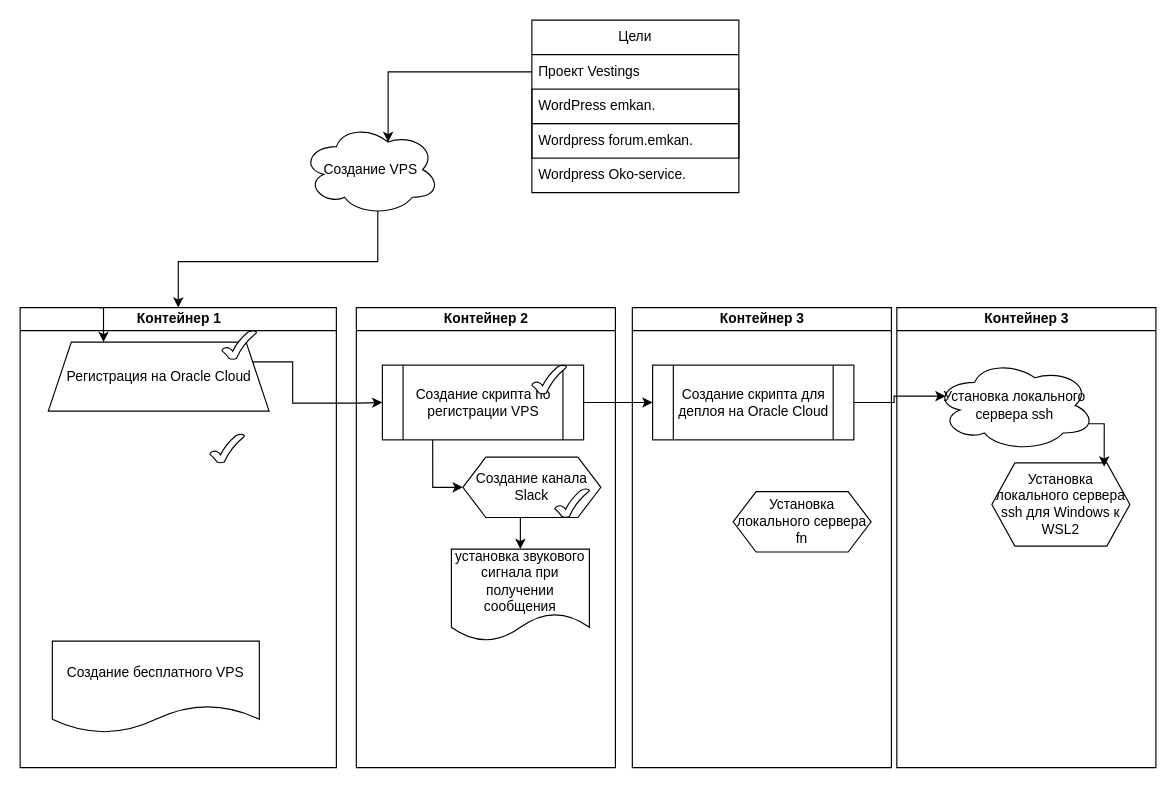
The draw.io diagram ЖИЦЗО_1.drawio in ElvenRivendil/Diagrams_blocks_algoritms, before the edit. Source tidied: cells renumbered, new cells numbered last; positions are measured from the earlier drawing's top-left corner, leaving out a move shared by most shapes. Both pictures are drawn from the tidied source at 115%, with x=0, y=0 at pixel (-53, 20).
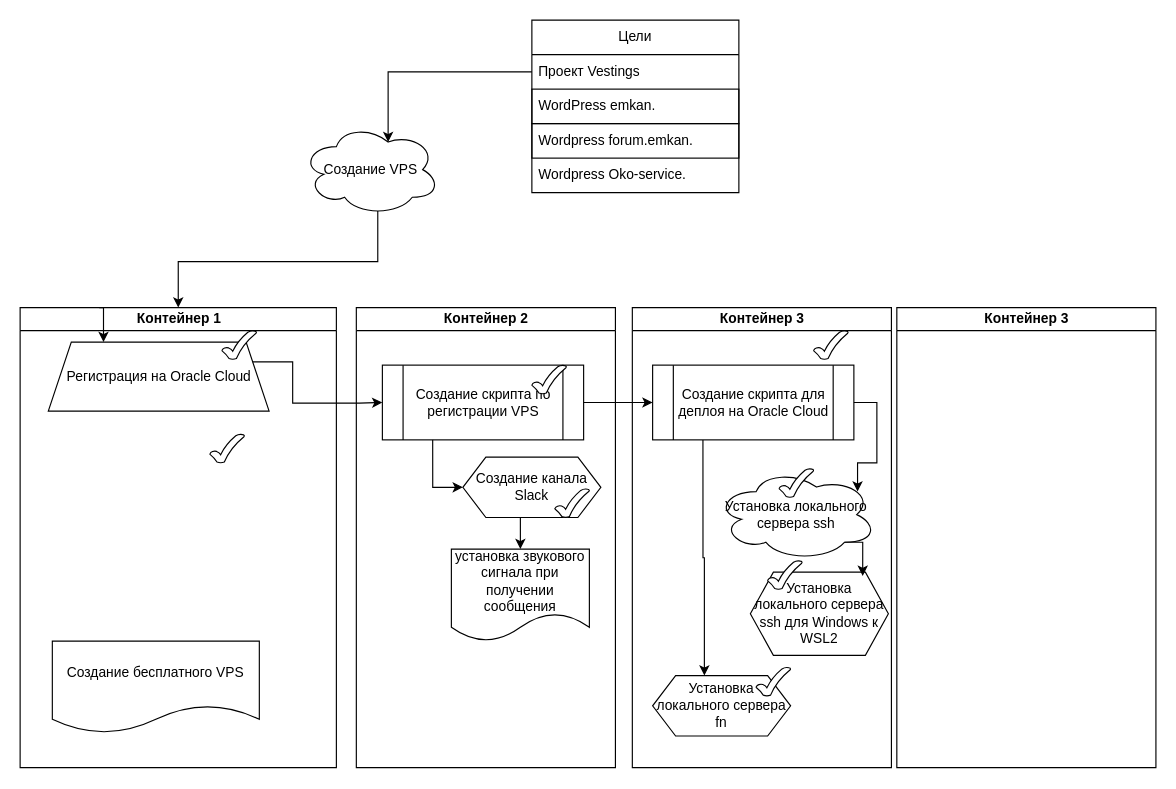
The same page after the edit.

The change refers to these unchanged cells:
```xml
<mxCell id="25" value="&lt;div&gt;Контейнер 3&lt;/div&gt;" style="swimlane;html=1;startSize=20;horizontal=0;rotation=90;" parent="1" vertex="1">
  <mxGeometry x="508" y="337.4" width="400" height="225.3" as="geometry" />
</mxCell>
<mxCell id="26" value="Создание скрипта для деплоя на Oracle Cloud" style="shape=process;whiteSpace=wrap;html=1;backgroundOutline=1;" parent="25" vertex="1">
  <mxGeometry x="105" y="-37.4" width="175" height="65" as="geometry" />
</mxCell>
```

Change to the diagram source:
```diff
@@
+    <mxCell id="34" style="edgeStyle=orthogonalEdgeStyle;rounded=0;jettySize=auto;html=1;exitX=0.25;exitY=1;exitDx=0;exitDy=0;entryX=0.375;entryY=0;entryDx=0;entryDy=0;" parent="25" edge="1" source="26" target="27">
+      <mxGeometry relative="1" as="geometry" />
+    </mxCell>
@@
     <mxCell id="27" value="&lt;div&gt;Установка локального сервера fn&lt;/div&gt;" style="shape=hexagon;perimeter=hexagonPerimeter2;whiteSpace=wrap;html=1;fixedSize=1;" parent="25" vertex="1">
-      <mxGeometry x="175" y="72.6" width="120" height="52.5" as="geometry" />
+      <mxGeometry x="105" y="232.6" width="120" height="52.5" as="geometry" />
     </mxCell>
-    <mxCell id="28" value="&lt;div&gt;Контейнер 3&lt;/div&gt;" style="swimlane;html=1;startSize=20;horizontal=0;rotation=90;" parent="1" vertex="1">
-      <mxGeometry x="738" y="337.4" width="400" height="225.3" as="geometry" />
-    </mxCell>
-    <mxCell id="29" value="Установка локального сервера ssh" style="ellipse;shape=cloud;whiteSpace=wrap;html=1;" parent="28" vertex="1">
-      <mxGeometry x="120" y="-42.4" width="140" height="80" as="geometry" />
+    <mxCell id="29" value="Установка локального сервера ssh" style="ellipse;shape=cloud;whiteSpace=wrap;html=1;" parent="25" vertex="1">
+      <mxGeometry x="160" y="52.6" width="140" height="80" as="geometry" />
     </mxCell>
+    <mxCell id="33" style="edgeStyle=orthogonalEdgeStyle;rounded=0;jettySize=auto;html=1;exitX=1;exitY=0.5;exitDx=0;exitDy=0;entryX=0.88;entryY=0.25;entryDx=0;entryDy=0;entryPerimeter=0;" parent="25" edge="1" source="26" target="29">
+      <mxGeometry relative="1" as="geometry" />
+    </mxCell>
-    <mxCell id="30" value="&lt;div&gt;Установка локального сервера ssh для Windows к WSL2&lt;/div&gt;" style="shape=hexagon;perimeter=hexagonPerimeter2;whiteSpace=wrap;html=1;fixedSize=1;" parent="28" vertex="1">
-      <mxGeometry x="170" y="47.6" width="120" height="72.4" as="geometry" />
+    <mxCell id="30" value="&lt;div&gt;Установка локального сервера ssh для Windows к WSL2&lt;/div&gt;" style="shape=hexagon;perimeter=hexagonPerimeter2;whiteSpace=wrap;html=1;fixedSize=1;" parent="25" vertex="1">
+      <mxGeometry x="190" y="142.6" width="120" height="72.4" as="geometry" />
     </mxCell>
-    <mxCell id="31" style="edgeStyle=orthogonalEdgeStyle;rounded=0;jettySize=auto;html=1;exitX=0.96;exitY=0.7;exitDx=0;exitDy=0;exitPerimeter=0;entryX=0.814;entryY=0.046;entryDx=0;entryDy=0;entryPerimeter=0;" parent="28" edge="1" source="29" target="30">
+    <mxCell id="31" style="edgeStyle=orthogonalEdgeStyle;rounded=0;jettySize=auto;html=1;exitX=0.8;exitY=0.8;exitDx=0;exitDy=0;exitPerimeter=0;entryX=0.814;entryY=0.046;entryDx=0;entryDy=0;entryPerimeter=0;" parent="25" edge="1" source="29" target="30">
       <mxGeometry relative="1" as="geometry" />
     </mxCell>
+    <mxCell id="35" style="verticalLabelPosition=bottom;verticalAlign=top;html=1;shape=mxgraph.basic.tick;" parent="25" vertex="1">
+      <mxGeometry x="245" y="-67.4" width="30" height="25" as="geometry" />
+    </mxCell>
+    <mxCell id="36" style="verticalLabelPosition=bottom;verticalAlign=top;html=1;shape=mxgraph.basic.tick;" parent="25" vertex="1">
+      <mxGeometry x="215" y="52.6" width="30" height="25" as="geometry" />
+    </mxCell>
+    <mxCell id="37" style="verticalLabelPosition=bottom;verticalAlign=top;html=1;shape=mxgraph.basic.tick;" parent="25" vertex="1">
+      <mxGeometry x="195" y="225.3" width="30" height="25" as="geometry" />
+    </mxCell>
+    <mxCell id="38" style="verticalLabelPosition=bottom;verticalAlign=top;html=1;shape=mxgraph.basic.tick;" parent="25" vertex="1">
+      <mxGeometry x="205" y="132.6" width="30" height="25" as="geometry" />
+    </mxCell>
+    <mxCell id="28" value="&lt;div&gt;Контейнер 3&lt;/div&gt;" style="swimlane;html=1;startSize=20;horizontal=0;rotation=90;" parent="1" vertex="1">
+      <mxGeometry x="738" y="337.4" width="400" height="225.3" as="geometry" />
+    </mxCell>
@@
-    <mxCell id="33" style="edgeStyle=orthogonalEdgeStyle;rounded=0;jettySize=auto;html=1;exitX=1;exitY=0.5;exitDx=0;exitDy=0;entryX=0.07;entryY=0.4;entryDx=0;entryDy=0;entryPerimeter=0;" parent="1" edge="1" source="26" target="29">
-      <mxGeometry relative="1" as="geometry" />
-    </mxCell>
```
